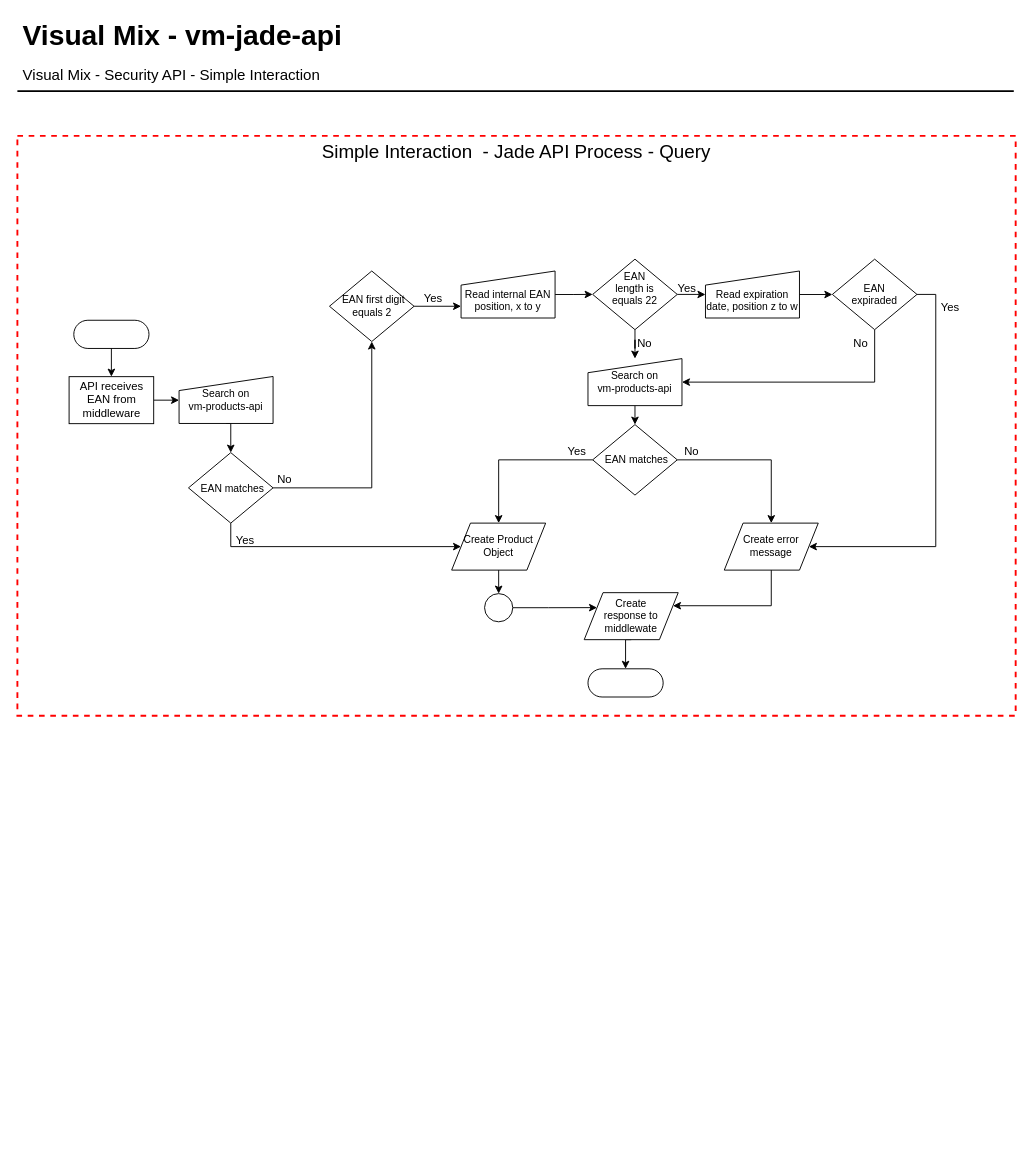
Before: page "Simple Interaction" (2 of 5) of vm-jade-api.drawio in Wiu0/diagram, a draw.io diagram. Source tidied: cells renumbered, new cells numbered last; positions are measured from the earlier drawing's top-left corner, leaving out a move shared by most shapes. Both pictures are drawn from the tidied source at 94%, with x=0, y=0 at pixel (17, 16).
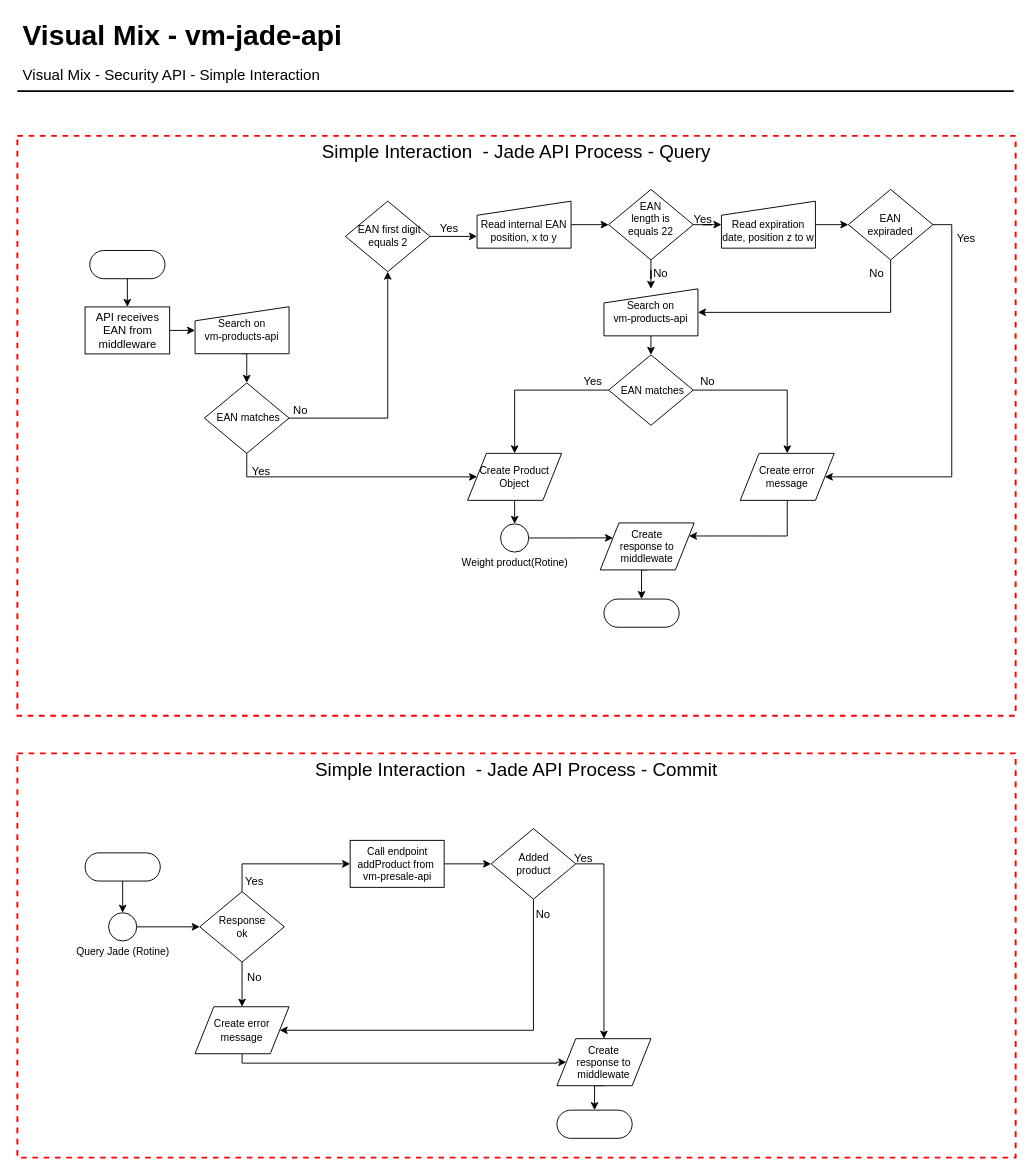
Above is the later version.

The change refers to these unchanged cells:
```xml
<mxCell id="6" value="Simple Interaction &amp;nbsp;- Jade API Process - Query" style="fontStyle=0;verticalAlign=top;align=center;spacingTop=-2;fillColor=none;rounded=0;whiteSpace=wrap;html=1;strokeColor=#FF0000;strokeWidth=2;dashed=1;fontSize=20;" parent="1" vertex="1">
  <mxGeometry y="127" width="1062" height="617" as="geometry" />
</mxCell>
```

The edit, as a diff of the source:
```diff
@@
     <mxCell id="7" style="html=1;dashed=0;whitespace=wrap;shape=mxgraph.dfd.start;" parent="6" vertex="1">
-      <mxGeometry x="60" y="196.2" width="80" height="30" as="geometry" />
+      <mxGeometry x="77" y="122" width="80" height="30" as="geometry" />
     </mxCell>
@@
     <mxCell id="10" value="API receives &lt;br&gt;EAN from &lt;br&gt;middleware" style="html=1;dashed=0;whitespace=wrap;" parent="6" vertex="1">
-      <mxGeometry x="55" y="256.2" width="90" height="50" as="geometry" />
+      <mxGeometry x="72" y="182" width="90" height="50" as="geometry" />
     </mxCell>
@@
     <mxCell id="12" value="&lt;span style=&quot;font-size: 11px&quot;&gt;&amp;nbsp;EAN first digit &lt;br style=&quot;font-size: 11px&quot;&gt;equals 2&lt;/span&gt;" style="shape=rhombus;html=1;dashed=0;whitespace=wrap;perimeter=rhombusPerimeter;fontSize=11;horizontal=1;verticalAlign=middle;spacing=0;" parent="6" vertex="1">
-      <mxGeometry x="332" y="143.8" width="90" height="75" as="geometry" />
+      <mxGeometry x="349" y="69.5" width="90" height="75" as="geometry" />
     </mxCell>
@@
     <mxCell id="15" value=" EAN &#10;length is &#10;equals 22&#10;" style="shape=rhombus;dashed=0;whitespace=wrap;perimeter=rhombusPerimeter;fontSize=11;horizontal=1;verticalAlign=middle;spacing=0;align=center;" parent="6" vertex="1">
-      <mxGeometry x="612" y="131.2" width="90" height="75" as="geometry" />
+      <mxGeometry x="629" y="57" width="90" height="75" as="geometry" />
     </mxCell>
@@
     <mxCell id="17" value="Search on &lt;br&gt;vm-products-api" style="shape=manualInput;whiteSpace=wrap;html=1;dashed=0;size=15;fontSize=11;align=center;" parent="6" vertex="1">
-      <mxGeometry x="172" y="256" width="100" height="50" as="geometry" />
+      <mxGeometry x="189" y="181.8" width="100" height="50" as="geometry" />
     </mxCell>
@@
     <mxCell id="20" value="&lt;span style=&quot;font-size: 11px&quot;&gt;&amp;nbsp;EAN matches&lt;/span&gt;" style="shape=rhombus;html=1;dashed=0;whitespace=wrap;perimeter=rhombusPerimeter;fontSize=11;horizontal=1;verticalAlign=middle;spacing=0;" parent="6" vertex="1">
-      <mxGeometry x="182" y="337" width="90" height="75" as="geometry" />
+      <mxGeometry x="199" y="262.8" width="90" height="75" as="geometry" />
     </mxCell>
     <mxCell id="21" value="&lt;font style=&quot;font-size: 12px&quot;&gt;No&lt;/font&gt;" style="text;html=1;align=center;verticalAlign=middle;fontSize=20;" parent="6" vertex="1">
-      <mxGeometry x="269" y="347" width="30" height="30" as="geometry" />
+      <mxGeometry x="286" y="272.8" width="30" height="30" as="geometry" />
     </mxCell>
@@
     <mxCell id="23" value="&lt;br&gt;Read internal EAN&lt;br&gt;position, x to y" style="shape=manualInput;whiteSpace=wrap;html=1;dashed=0;size=15;fontSize=11;align=center;" parent="6" vertex="1">
-      <mxGeometry x="472" y="143.8" width="100" height="50" as="geometry" />
+      <mxGeometry x="489" y="69.5" width="100" height="50" as="geometry" />
     </mxCell>
@@
     <mxCell id="25" value="&lt;br&gt;Read expiration date,&amp;nbsp;position z to w" style="shape=manualInput;whiteSpace=wrap;html=1;dashed=0;size=15;fontSize=11;align=center;" parent="6" vertex="1">
-      <mxGeometry x="732" y="143.8" width="100" height="50" as="geometry" />
+      <mxGeometry x="749" y="69.5" width="100" height="50" as="geometry" />
     </mxCell>
@@
     <mxCell id="27" style="edgeStyle=orthogonalEdgeStyle;rounded=0;jettySize=auto;html=1;exitX=1;exitY=0.5;exitDx=0;exitDy=0;entryX=1;entryY=0.5;entryDx=0;entryDy=0;fontSize=11;" parent="6" edge="1" source="28" target="43">
       <mxGeometry relative="1" as="geometry">
         <Array as="points">
-          <mxPoint x="977" y="169" />
-          <mxPoint x="977" y="437" />
+          <mxPoint x="994" y="94.8" />
+          <mxPoint x="994" y="362.8" />
         </Array>
       </mxGeometry>
     </mxCell>
     <mxCell id="28" value=" EAN &#10;expiraded" style="shape=rhombus;dashed=0;whitespace=wrap;perimeter=rhombusPerimeter;fontSize=11;horizontal=1;verticalAlign=middle;spacing=0;align=center;" parent="6" vertex="1">
-      <mxGeometry x="867" y="131.2" width="90" height="75" as="geometry" />
+      <mxGeometry x="884" y="57" width="90" height="75" as="geometry" />
     </mxCell>
@@
     <mxCell id="30" value="Create Product Object" style="shape=parallelogram;perimeter=parallelogramPerimeter;whiteSpace=wrap;html=1;dashed=0;fontSize=11;align=center;" parent="6" vertex="1">
-      <mxGeometry x="462" y="412" width="100" height="50" as="geometry" />
+      <mxGeometry x="479" y="337.8" width="100" height="50" as="geometry" />
     </mxCell>
@@
     <mxCell id="32" value="Search on &lt;br&gt;vm-products-api" style="shape=manualInput;whiteSpace=wrap;html=1;dashed=0;size=15;fontSize=11;align=center;" parent="6" vertex="1">
-      <mxGeometry x="607" y="237" width="100" height="50" as="geometry" />
+      <mxGeometry x="624" y="162.8" width="100" height="50" as="geometry" />
     </mxCell>
@@
     <mxCell id="35" value="&lt;span style=&quot;font-size: 11px&quot;&gt;&amp;nbsp;EAN matches&lt;/span&gt;" style="shape=rhombus;html=1;dashed=0;whitespace=wrap;perimeter=rhombusPerimeter;fontSize=11;horizontal=1;verticalAlign=middle;spacing=0;" parent="6" vertex="1">
-      <mxGeometry x="612" y="307.2" width="90" height="75" as="geometry" />
+      <mxGeometry x="629" y="233" width="90" height="75" as="geometry" />
     </mxCell>
     <mxCell id="36" value="&lt;font style=&quot;font-size: 12px&quot;&gt;Yes&lt;/font&gt;" style="text;html=1;align=center;verticalAlign=middle;fontSize=20;" parent="6" vertex="1">
-      <mxGeometry x="222" y="412" width="40" height="30" as="geometry" />
+      <mxGeometry x="239" y="337.8" width="40" height="30" as="geometry" />
     </mxCell>
     <mxCell id="37" value="&lt;font style=&quot;font-size: 12px&quot;&gt;Yes&lt;/font&gt;" style="text;html=1;align=center;verticalAlign=middle;fontSize=20;" parent="6" vertex="1">
-      <mxGeometry x="422" y="153.8" width="40" height="30" as="geometry" />
+      <mxGeometry x="439" y="79.5" width="40" height="30" as="geometry" />
     </mxCell>
     <mxCell id="38" value="&lt;font style=&quot;font-size: 12px&quot;&gt;Yes&lt;/font&gt;" style="text;html=1;align=center;verticalAlign=middle;fontSize=20;" parent="6" vertex="1">
-      <mxGeometry x="692" y="143.8" width="40" height="30" as="geometry" />
+      <mxGeometry x="709" y="69.5" width="40" height="30" as="geometry" />
     </mxCell>
     <mxCell id="39" value="&lt;font style=&quot;font-size: 12px&quot;&gt;No&lt;/font&gt;" style="text;html=1;align=center;verticalAlign=middle;fontSize=20;" parent="6" vertex="1">
-      <mxGeometry x="652" y="202.2" width="30" height="30" as="geometry" />
+      <mxGeometry x="669" y="128" width="30" height="30" as="geometry" />
     </mxCell>
     <mxCell id="40" value="&lt;font style=&quot;font-size: 12px&quot;&gt;Yes&lt;/font&gt;" style="text;html=1;align=center;verticalAlign=middle;fontSize=20;" parent="6" vertex="1">
-      <mxGeometry x="575" y="317" width="40" height="30" as="geometry" />
+      <mxGeometry x="592" y="242.8" width="40" height="30" as="geometry" />
     </mxCell>
     <mxCell id="41" value="&lt;font style=&quot;font-size: 12px&quot;&gt;No&lt;/font&gt;" style="text;html=1;align=center;verticalAlign=middle;fontSize=20;" parent="6" vertex="1">
-      <mxGeometry x="882" y="202.2" width="30" height="30" as="geometry" />
+      <mxGeometry x="899" y="128" width="30" height="30" as="geometry" />
     </mxCell>
     <mxCell id="42" style="edgeStyle=orthogonalEdgeStyle;rounded=0;jettySize=auto;html=1;exitX=0.5;exitY=1;exitDx=0;exitDy=0;entryX=1;entryY=0.25;entryDx=0;entryDy=0;fontSize=11;" parent="6" edge="1" source="43" target="50">
       <mxGeometry relative="1" as="geometry">
         <Array as="points">
-          <mxPoint x="802" y="500" />
+          <mxPoint x="819" y="425.8" />
         </Array>
       </mxGeometry>
     </mxCell>
     <mxCell id="43" value="Create error message" style="shape=parallelogram;perimeter=parallelogramPerimeter;whiteSpace=wrap;html=1;dashed=0;fontSize=11;align=center;" parent="6" vertex="1">
-      <mxGeometry x="752" y="412" width="100" height="50" as="geometry" />
+      <mxGeometry x="769" y="337.8" width="100" height="50" as="geometry" />
     </mxCell>
     <mxCell id="44" value="&lt;font style=&quot;font-size: 12px&quot;&gt;Yes&lt;/font&gt;" style="text;html=1;align=center;verticalAlign=middle;fontSize=20;" parent="6" vertex="1">
-      <mxGeometry x="972" y="163.8" width="40" height="30" as="geometry" />
+      <mxGeometry x="989" y="89.5" width="40" height="30" as="geometry" />
     </mxCell>
     <mxCell id="45" value="&lt;font style=&quot;font-size: 12px&quot;&gt;No&lt;/font&gt;" style="text;html=1;align=center;verticalAlign=middle;fontSize=20;" parent="6" vertex="1">
-      <mxGeometry x="702" y="317" width="30" height="30" as="geometry" />
+      <mxGeometry x="719" y="242.8" width="30" height="30" as="geometry" />
     </mxCell>
@@
-    <mxCell id="47" style="shape=ellipse;html=1;dashed=0;whitespace=wrap;perimeter=ellipsePerimeter;fontSize=11;align=center;" parent="6" vertex="1">
-      <mxGeometry x="497" y="487" width="30" height="30" as="geometry" />
+    <mxCell id="47" value="&lt;br&gt;&lt;br&gt;&lt;br&gt;&lt;br&gt;Weight product(Rotine)" style="shape=ellipse;html=1;dashed=0;whitespace=wrap;perimeter=ellipsePerimeter;fontSize=11;align=center;" parent="6" vertex="1">
+      <mxGeometry x="514" y="412.8" width="30" height="30" as="geometry" />
     </mxCell>
     <mxCell id="48" style="html=1;dashed=0;whitespace=wrap;shape=mxgraph.dfd.start;" parent="6" vertex="1">
-      <mxGeometry x="607" y="567" width="80" height="30" as="geometry" />
+      <mxGeometry x="624" y="492.8" width="80" height="30" as="geometry" />
     </mxCell>
@@
     <mxCell id="50" value="Create &lt;br&gt;response to middlewate" style="shape=parallelogram;perimeter=parallelogramPerimeter;whiteSpace=wrap;html=1;dashed=0;fontSize=11;align=center;" parent="6" vertex="1">
-      <mxGeometry x="603" y="486" width="100" height="50" as="geometry" />
+      <mxGeometry x="620" y="411.8" width="100" height="50" as="geometry" />
     </mxCell>
+    <mxCell id="51" value="Simple Interaction &amp;nbsp;- Jade API Process - Commit" style="fontStyle=0;verticalAlign=top;align=center;spacingTop=-2;fillColor=none;rounded=0;whiteSpace=wrap;html=1;strokeColor=#FF0000;strokeWidth=2;dashed=1;fontSize=20;" parent="1" vertex="1">
+      <mxGeometry y="784" width="1062" height="430" as="geometry" />
+    </mxCell>
+    <mxCell id="52" style="html=1;dashed=0;whitespace=wrap;shape=mxgraph.dfd.start;" parent="51" vertex="1">
+      <mxGeometry x="72" y="105.8" width="80" height="30" as="geometry" />
+    </mxCell>
+    <mxCell id="53" style="edgeStyle=orthogonalEdgeStyle;rounded=0;jettySize=auto;html=1;exitX=0.5;exitY=0.5;exitDx=0;exitDy=15;exitPerimeter=0;entryX=0.5;entryY=0;entryDx=0;entryDy=0;" parent="51" edge="1" source="52" target="58">
+      <mxGeometry relative="1" as="geometry" />
+    </mxCell>
+    <mxCell id="54" style="html=1;dashed=0;whitespace=wrap;shape=mxgraph.dfd.start;" parent="51" vertex="1">
+      <mxGeometry x="574" y="379.5" width="80" height="30" as="geometry" />
+    </mxCell>
+    <mxCell id="55" style="edgeStyle=orthogonalEdgeStyle;rounded=0;jettySize=auto;html=1;exitX=0.5;exitY=1;exitDx=0;exitDy=0;entryX=0.5;entryY=0.5;entryDx=0;entryDy=-15;entryPerimeter=0;fontSize=11;" parent="51" edge="1" source="56" target="54">
+      <mxGeometry relative="1" as="geometry" />
+    </mxCell>
+    <mxCell id="56" value="Create &lt;br&gt;response to middlewate" style="shape=parallelogram;perimeter=parallelogramPerimeter;whiteSpace=wrap;html=1;dashed=0;fontSize=11;align=center;" parent="51" vertex="1">
+      <mxGeometry x="574" y="303.5" width="100" height="50" as="geometry" />
+    </mxCell>
+    <mxCell id="57" style="edgeStyle=orthogonalEdgeStyle;rounded=0;jettySize=auto;html=1;exitX=1;exitY=0.5;exitDx=0;exitDy=0;entryX=0;entryY=0.5;entryDx=0;entryDy=0;fontSize=11;" parent="51" edge="1" source="58" target="61">
+      <mxGeometry relative="1" as="geometry" />
+    </mxCell>
+    <mxCell id="58" value="&lt;br&gt;&lt;br&gt;&lt;br&gt;&lt;br&gt;Query Jade (Rotine)" style="shape=ellipse;html=1;dashed=0;whitespace=wrap;perimeter=ellipsePerimeter;fontSize=11;align=center;" parent="51" vertex="1">
+      <mxGeometry x="97" y="169.5" width="30" height="30" as="geometry" />
+    </mxCell>
+    <mxCell id="59" style="edgeStyle=orthogonalEdgeStyle;rounded=0;jettySize=auto;html=1;exitX=0.5;exitY=1;exitDx=0;exitDy=0;fontSize=11;" parent="51" edge="1" source="61" target="63">
+      <mxGeometry relative="1" as="geometry" />
+    </mxCell>
+    <mxCell id="60" style="edgeStyle=orthogonalEdgeStyle;rounded=0;jettySize=auto;html=1;exitX=0.5;exitY=0;exitDx=0;exitDy=0;entryX=0;entryY=0.5;entryDx=0;entryDy=0;fontSize=11;" parent="51" edge="1" source="61" target="65">
+      <mxGeometry relative="1" as="geometry" />
+    </mxCell>
+    <mxCell id="61" value="&lt;span style=&quot;font-size: 11px&quot;&gt;Response&lt;br&gt;ok&lt;br&gt;&lt;/span&gt;" style="shape=rhombus;html=1;dashed=0;whitespace=wrap;perimeter=rhombusPerimeter;fontSize=11;horizontal=1;verticalAlign=middle;spacing=0;" parent="51" vertex="1">
+      <mxGeometry x="194" y="147" width="90" height="75" as="geometry" />
+    </mxCell>
+    <mxCell id="62" style="edgeStyle=orthogonalEdgeStyle;rounded=0;jettySize=auto;html=1;exitX=0.5;exitY=1;exitDx=0;exitDy=0;entryX=0;entryY=0.5;entryDx=0;entryDy=0;fontSize=11;" parent="51" edge="1" source="63" target="56">
+      <mxGeometry relative="1" as="geometry">
+        <Array as="points">
+          <mxPoint x="239" y="329.5" />
+          <mxPoint x="574" y="329.5" />
+        </Array>
+      </mxGeometry>
+    </mxCell>
+    <mxCell id="63" value="Create error message" style="shape=parallelogram;perimeter=parallelogramPerimeter;whiteSpace=wrap;html=1;dashed=0;fontSize=11;align=center;" parent="51" vertex="1">
+      <mxGeometry x="189" y="269.5" width="100" height="50" as="geometry" />
+    </mxCell>
+    <mxCell id="64" style="edgeStyle=orthogonalEdgeStyle;rounded=0;jettySize=auto;html=1;exitX=1;exitY=0.5;exitDx=0;exitDy=0;fontSize=11;" parent="51" edge="1" source="65" target="68">
+      <mxGeometry relative="1" as="geometry" />
+    </mxCell>
+    <mxCell id="65" value="Call endpoint &lt;br&gt;addProduct from&amp;nbsp;&lt;br&gt;vm-presale-api" style="html=1;dashed=0;whitespace=wrap;fontSize=11;align=center;" parent="51" vertex="1">
+      <mxGeometry x="354" y="92.5" width="100" height="50" as="geometry" />
+    </mxCell>
+    <mxCell id="66" style="edgeStyle=orthogonalEdgeStyle;rounded=0;jettySize=auto;html=1;exitX=0.5;exitY=1;exitDx=0;exitDy=0;entryX=1;entryY=0.5;entryDx=0;entryDy=0;fontSize=11;" parent="51" edge="1" source="68" target="63">
+      <mxGeometry relative="1" as="geometry">
+        <Array as="points">
+          <mxPoint x="549" y="294.5" />
+        </Array>
+      </mxGeometry>
+    </mxCell>
+    <mxCell id="67" style="edgeStyle=orthogonalEdgeStyle;rounded=0;jettySize=auto;html=1;exitX=1;exitY=0.5;exitDx=0;exitDy=0;entryX=0.5;entryY=0;entryDx=0;entryDy=0;fontSize=11;" parent="51" edge="1" source="68" target="56">
+      <mxGeometry relative="1" as="geometry" />
+    </mxCell>
+    <mxCell id="68" value="&lt;span style=&quot;font-size: 11px&quot;&gt;Added&lt;br&gt;product&lt;br&gt;&lt;/span&gt;" style="shape=rhombus;html=1;dashed=0;whitespace=wrap;perimeter=rhombusPerimeter;fontSize=11;horizontal=1;verticalAlign=middle;spacing=0;" parent="51" vertex="1">
+      <mxGeometry x="504" y="80" width="90" height="75" as="geometry" />
+    </mxCell>
+    <mxCell id="69" value="&lt;font style=&quot;font-size: 12px&quot;&gt;Yes&lt;/font&gt;" style="text;html=1;align=center;verticalAlign=middle;fontSize=20;" parent="51" vertex="1">
+      <mxGeometry x="232" y="117" width="40" height="30" as="geometry" />
+    </mxCell>
+    <mxCell id="70" value="&lt;font style=&quot;font-size: 12px&quot;&gt;Yes&lt;/font&gt;" style="text;html=1;align=center;verticalAlign=middle;fontSize=20;" parent="51" vertex="1">
+      <mxGeometry x="582" y="92.5" width="40" height="30" as="geometry" />
+    </mxCell>
+    <mxCell id="71" value="&lt;font style=&quot;font-size: 12px&quot;&gt;No&lt;/font&gt;" style="text;html=1;align=center;verticalAlign=middle;fontSize=20;" parent="51" vertex="1">
+      <mxGeometry x="237" y="220" width="30" height="30" as="geometry" />
+    </mxCell>
+    <mxCell id="72" value="&lt;font style=&quot;font-size: 12px&quot;&gt;No&lt;/font&gt;" style="text;html=1;align=center;verticalAlign=middle;fontSize=20;" parent="51" vertex="1">
+      <mxGeometry x="544" y="153" width="30" height="30" as="geometry" />
+    </mxCell>
```
